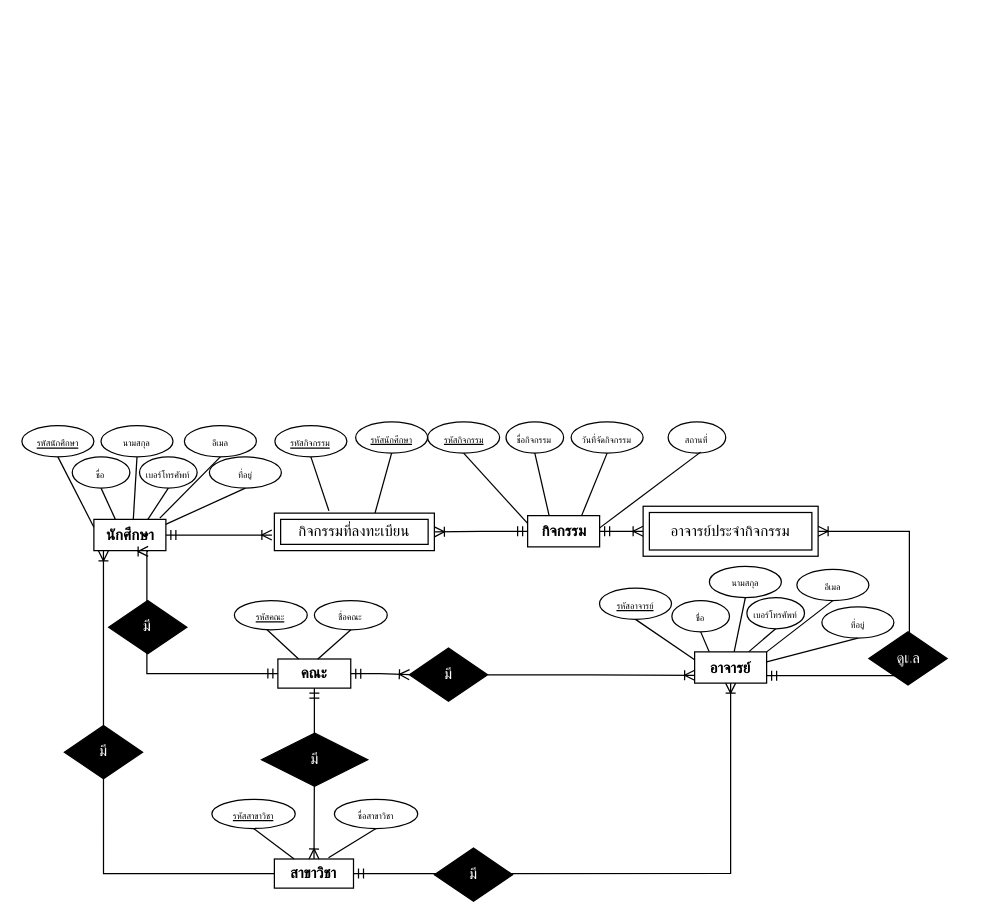
Above: ฝึกทำโจทย์ ER Diagram.drawio in vasapon455/diagram (draw.io), before the change. Source tidied: cells renumbered, new cells numbered last; positions are measured from the earlier drawing's top-left corner, leaving out a move shared by most shapes. Both pictures are drawn from the tidied source at 125%, with x=0, y=0 at pixel (21, 421).
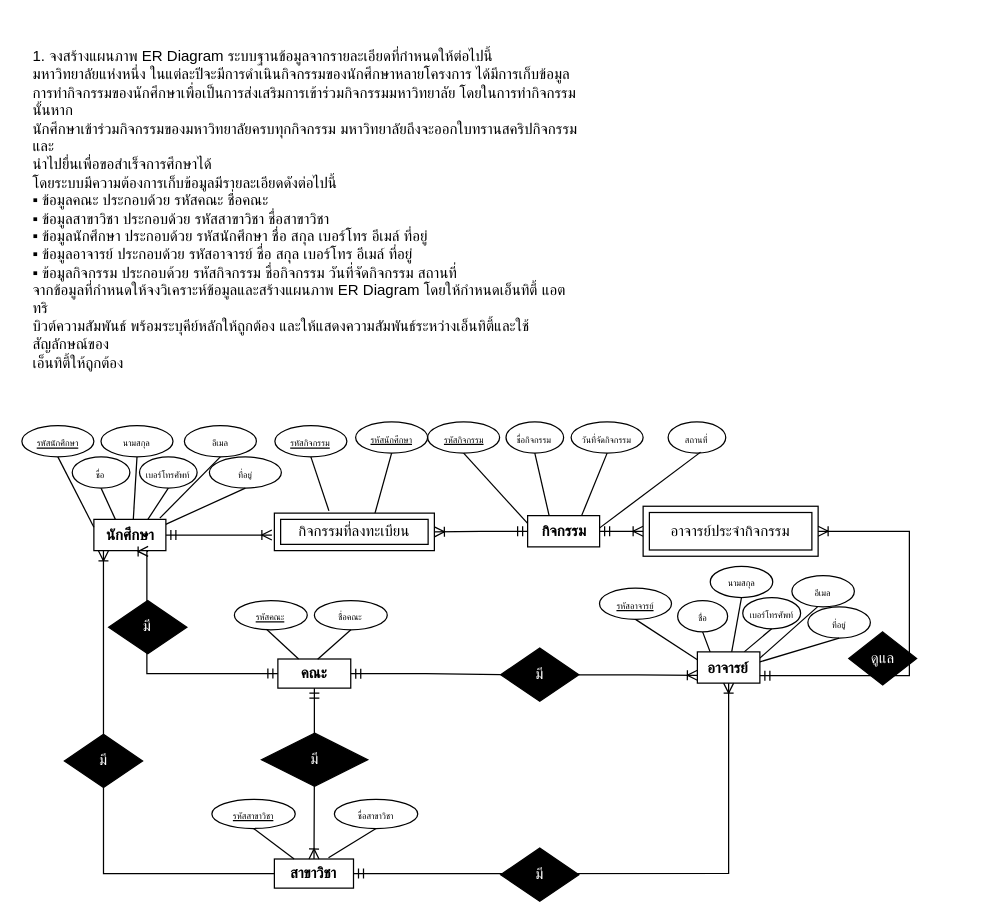
After the change.

The change refers to these unchanged cells:
```xml
<mxCell id="3" value="&lt;b&gt;คณะ&lt;/b&gt;" style="whiteSpace=wrap;html=1;align=center;" parent="2" vertex="1">
  <mxGeometry x="34.8" y="46.7" width="58.3" height="23.3" as="geometry" />
</mxCell>
```

Diff of the diagram source:
```diff
@@
     <mxCell id="14" style="group;" parent="1" vertex="1">
-      <mxGeometry x="540" y="120.5" width="230.3" height="100" as="geometry" />
+      <mxGeometry x="543" y="27.5" width="200" height="138" as="geometry" />
     </mxCell>
     <mxCell id="15" style="group;" parent="14" vertex="1">
-      <mxGeometry width="230.3" height="100" as="geometry" />
+      <mxGeometry width="200" height="138" as="geometry" />
     </mxCell>
     <mxCell id="16" value="&lt;font style=&quot;font-size: 7px;&quot;&gt;ที่อยู่&lt;/font&gt;" style="ellipse;whiteSpace=wrap;html=1;align=center;" parent="15" vertex="1">
-      <mxGeometry x="100" y="27.5" width="57.6" height="25" as="geometry" />
+      <mxGeometry x="85.8" y="120.5" width="50" height="25" as="geometry" />
     </mxCell>
     <mxCell id="17" value="&lt;font style=&quot;font-size: 7px;&quot;&gt;อีเมล&lt;/font&gt;" style="ellipse;whiteSpace=wrap;html=1;align=center;" parent="15" vertex="1">
-      <mxGeometry x="80" y="-2.5" width="57.6" height="25" as="geometry" />
+      <mxGeometry x="73" y="95.5" width="50" height="25" as="geometry" />
     </mxCell>
     <mxCell id="18" value="&lt;font style=&quot;font-size: 7px;&quot;&gt;เบอร์โทรศัพท์&lt;/font&gt;" style="ellipse;whiteSpace=wrap;html=1;align=center;" parent="15" vertex="1">
-      <mxGeometry x="40" y="20" width="46.1" height="25" as="geometry" />
+      <mxGeometry x="33.7" y="113" width="46.3" height="25" as="geometry" />
     </mxCell>
@@
-    <mxCell id="21" style="rounded=0;jettySize=auto;html=1;exitX=1;exitY=0;exitDx=0;exitDy=0;entryX=0.5;entryY=1;entryDx=0;entryDy=0;endArrow=none;endFill=0;" parent="15" edge="1" source="26" target="17">
-      <mxGeometry relative="1" as="geometry" />
+    <mxCell id="21" style="rounded=0;orthogonalLoop=1;jettySize=auto;html=1;exitX=1;exitY=0;exitDx=0;exitDy=0;entryX=0.5;entryY=1;entryDx=0;entryDy=0;endArrow=none;endFill=0;" parent="15" edge="1">
+      <mxGeometry relative="1" as="geometry">
+        <mxPoint x="47.4" y="161.5" as="sourcePoint" />
+        <mxPoint x="93.5" y="120.5" as="targetPoint" />
+      </mxGeometry>
     </mxCell>
@@
     <mxCell id="23" style="rounded=0;jettySize=auto;html=1;entryX=0.5;entryY=1;entryDx=0;entryDy=0;endArrow=none;endFill=0;" parent="15" edge="1" source="26" target="24">
       <mxGeometry relative="1" as="geometry">
         <Array as="points">
-          <mxPoint x="14.8" y="75" />
+          <mxPoint x="11.9" y="168" />
         </Array>
       </mxGeometry>
     </mxCell>
     <mxCell id="24" value="&lt;font style=&quot;font-size: 7px;&quot;&gt;ชื่อ&lt;/font&gt;" style="ellipse;whiteSpace=wrap;html=1;align=center;" parent="15" vertex="1">
-      <mxGeometry x="-20" y="22.5" width="46.1" height="25" as="geometry" />
+      <mxGeometry x="-18.4" y="115.5" width="40" height="25" as="geometry" />
     </mxCell>
     <mxCell id="25" value="&lt;font style=&quot;font-size: 7px;&quot;&gt;นามสกุล&lt;/font&gt;" style="ellipse;whiteSpace=wrap;html=1;align=center;" parent="15" vertex="1">
-      <mxGeometry x="10" y="-5" width="57.6" height="25" as="geometry" />
+      <mxGeometry x="7.7" y="88" width="50" height="25" as="geometry" />
     </mxCell>
     <mxCell id="26" value="&lt;b&gt;อาจารย์&lt;/b&gt;" style="whiteSpace=wrap;html=1;align=center;" parent="15" vertex="1">
-      <mxGeometry x="-1.8" y="63.5" width="57.6" height="25" as="geometry" />
+      <mxGeometry x="-2.6" y="156.5" width="50" height="25" as="geometry" />
     </mxCell>
     <mxCell id="27" value="&lt;font color=&quot;#ffffff&quot;&gt;ดูแล&lt;/font&gt;" style="shape=rhombus;perimeter=rhombusPerimeter;whiteSpace=wrap;html=1;align=center;strokeColor=#000000;fillColor=#000000;" parent="15" vertex="1">
-      <mxGeometry x="137.6" y="47.5" width="62.6" height="42.5" as="geometry" />
+      <mxGeometry x="118.5" y="140.5" width="54.3" height="42.5" as="geometry" />
     </mxCell>
@@
     <mxCell id="47" value="&lt;font color=&quot;#ffffff&quot;&gt;มี&lt;/font&gt;" style="shape=rhombus;perimeter=rhombusPerimeter;whiteSpace=wrap;html=1;align=center;strokeColor=#000000;fillColor=#000000;" parent="1" vertex="1">
-      <mxGeometry x="34" y="243" width="62.6" height="42.5" as="geometry" />
+      <mxGeometry x="34" y="250" width="62.6" height="42.5" as="geometry" />
     </mxCell>
@@
     <mxCell id="49" value="&lt;font color=&quot;#ffffff&quot;&gt;มี&lt;/font&gt;" style="shape=rhombus;perimeter=rhombusPerimeter;whiteSpace=wrap;html=1;align=center;strokeColor=#000000;fillColor=#000000;" parent="1" vertex="1">
-      <mxGeometry x="330" y="341" width="62.6" height="42.5" as="geometry" />
+      <mxGeometry x="383" y="341" width="62.6" height="42.5" as="geometry" />
     </mxCell>
@@
-    <mxCell id="67" style="edgeStyle=orthogonalEdgeStyle;rounded=0;jettySize=auto;html=1;endArrow=ERoneToMany;endFill=0;startArrow=ERmandOne;startFill=0;entryX=0;entryY=0.5;entryDx=0;entryDy=0;" parent="1" edge="1" source="3" target="69">
+    <mxCell id="67" style="edgeStyle=orthogonalEdgeStyle;rounded=0;jettySize=auto;html=1;endArrow=none;endFill=0;startArrow=ERmandOne;startFill=0;entryX=0;entryY=0.5;entryDx=0;entryDy=0;" parent="1" edge="1" source="3" target="69">
       <mxGeometry relative="1" as="geometry" />
     </mxCell>
@@
     <mxCell id="69" value="&lt;font color=&quot;#ffffff&quot;&gt;มี&lt;/font&gt;" style="shape=rhombus;perimeter=rhombusPerimeter;whiteSpace=wrap;html=1;align=center;strokeColor=#000000;fillColor=#000000;" parent="1" vertex="1">
-      <mxGeometry x="310" y="181" width="62.6" height="42.5" as="geometry" />
+      <mxGeometry x="383" y="181" width="62.6" height="42.5" as="geometry" />
     </mxCell>
@@
+    <mxCell id="73" value="&lt;div&gt;1. จงสร้างแผนภาพ ER Diagram ระบบฐานข้อมูลจากรายละเอียดที่กําหนดให้ต่อไปนี้&lt;/div&gt;&lt;div&gt;มหาวิทยาลัยแห่งหนึ่ง ในแต่ละปีจะมีการดําเนินกิจกรรมของนักศึกษาหลายโครงการ ได้มีการเก็บข้อมูล&lt;/div&gt;&lt;div&gt;การทํากิจกรรมของนักศึกษาเพื่อเป็นการส่งเสริมการเข้าร่วมกิจกรรมมหาวิทยาลัย โดยในการทํากิจกรรมนั้นหาก&lt;/div&gt;&lt;div&gt;นักศึกษาเข้าร่วมกิจกรรมของมหาวิทยาลัยครบทุกกิจกรรม มหาวิทยาลัยถึงจะออกใบทรานสคริปกิจกรรมและ&lt;/div&gt;&lt;div&gt;นําไปยื่นเพื่อขอสําเร็จการศึกษาได้&lt;/div&gt;&lt;div&gt;โดยระบบมีความต้องการเก็บข้อมูลมีรายละเอียดดังต่อไปนี้&lt;/div&gt;&lt;div&gt;▪ ข้อมูลคณะ ประกอบด้วย รหัสคณะ ชื่อคณะ&lt;/div&gt;&lt;div&gt;▪ ข้อมูลสาขาวิชา ประกอบด้วย รหัสสาขาวิชา ชื่อสาขาวิชา&lt;/div&gt;&lt;div&gt;▪ ข้อมูลนักศึกษา ประกอบด้วย รหัสนักศึกษา ชื่อ สกุล เบอร์โทร อีเมล์ ที่อยู่&lt;/div&gt;&lt;div&gt;▪ ข้อมูลอาจารย์ ประกอบด้วย รหัสอาจารย์ ชื่อ สกุล เบอร์โทร อีเมล์ ที่อยู่&lt;/div&gt;&lt;div&gt;▪ ข้อมูลกิจกรรม ประกอบด้วย รหัสกิจกรรม ชื่อกิจกรรม วันที่จัดกิจกรรม สถานที่&lt;/div&gt;&lt;div&gt;จากข้อมูลที่กําหนดให้จงวิเคราะห์ข้อมูลและสร้างแผนภาพ ER Diagram โดยให้กําหนดเอ็นทิตี้ แอตทริ&lt;/div&gt;&lt;div&gt;บิวต์ความสัมพันธ์ พร้อมระบุคีย์หลักให้ถูกต้อง และให้แสดงความสัมพันธ์ระหว่างเอ็นทิตี้และใช้สัญลักษณ์ของ&lt;/div&gt;&lt;div&gt;เอ็นทิตี้ให้ถูกต้อง&lt;/div&gt;" style="text;strokeColor=none;align=left;fillColor=none;html=1;verticalAlign=middle;whiteSpace=wrap;rounded=0;" parent="1" vertex="1">
+      <mxGeometry x="7" y="-320" width="440" height="300" as="geometry" />
+    </mxCell>
```
